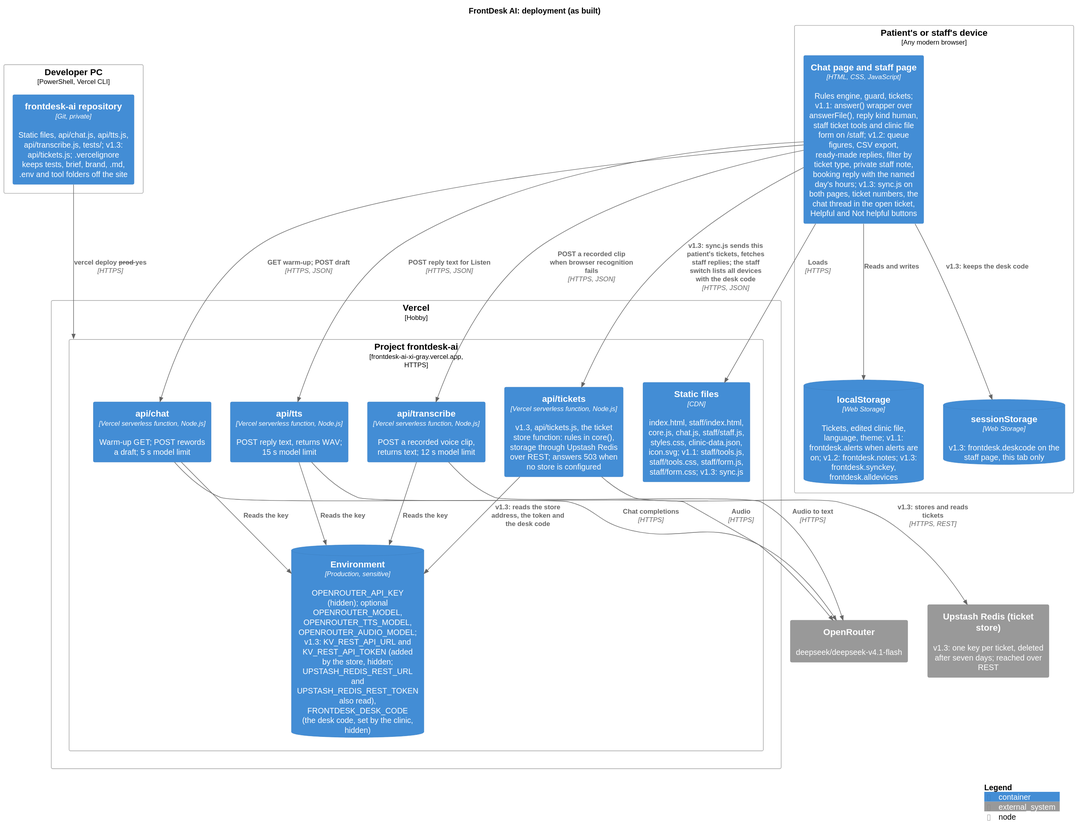
The PlantUML diagram docs/diagrams/deployment.svg in karwasanjay007/frontdesk-ai-docs, before a commit.
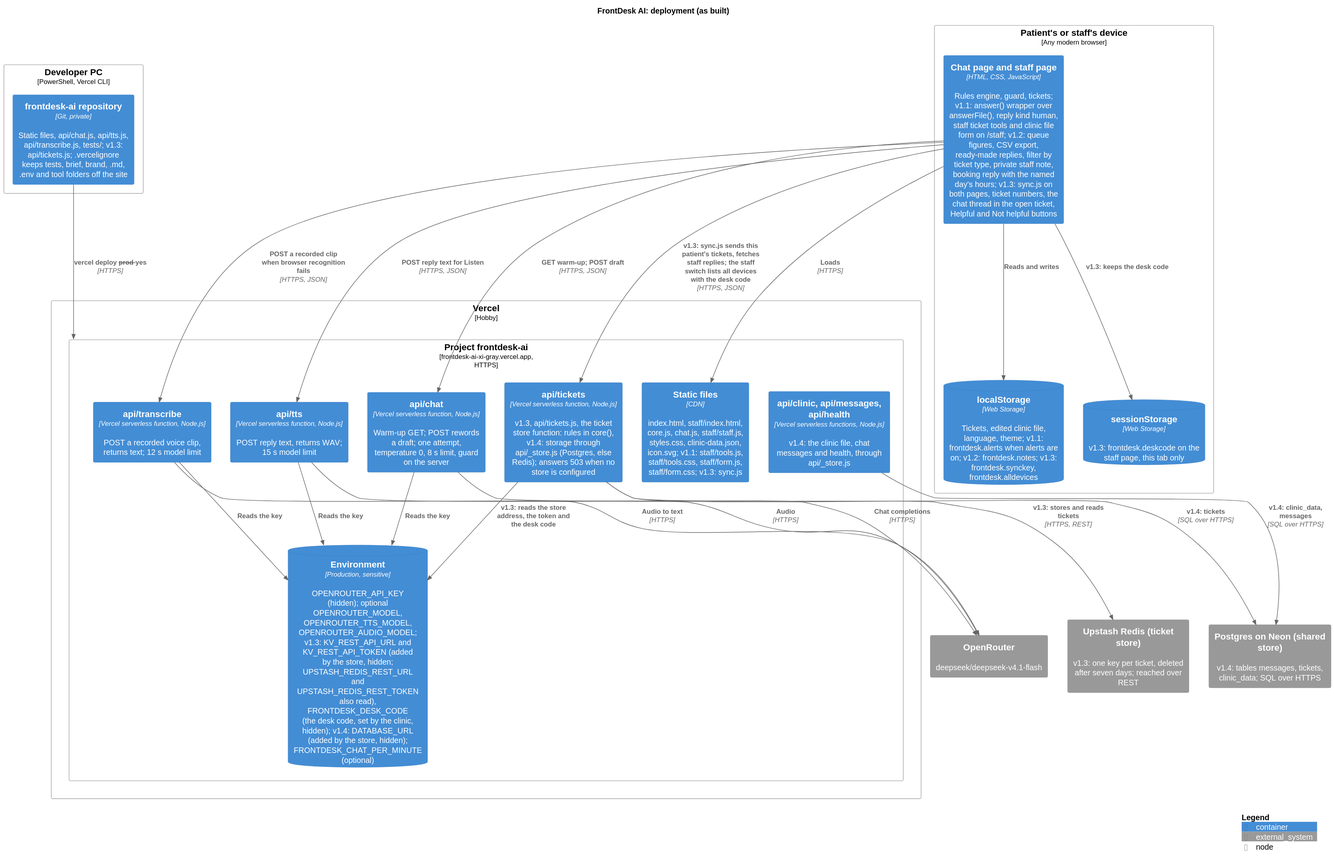
After the commit.

Change to the diagram source:
```diff
@@ -9,11 +9,12 @@
 Deployment_Node(vercel, "Vercel", "Hobby") {
   Deployment_Node(proj, "Project frontdesk-ai", "frontdesk-ai-xi-gray.vercel.app, HTTPS") {
     Container(static, "Static files", "CDN", "index.html, staff/index.html, core.js, chat.js, staff/staff.js, styles.css, clinic-data.json, icon.svg; v1.1: staff/tools.js, staff/tools.css, staff/form.js, staff/form.css; v1.3: sync.js")
-    Container(fn, "api/chat", "Vercel serverless function, Node.js", "Warm-up GET; POST rewords a draft; 5 s model limit")
+    Container(fn, "api/chat", "Vercel serverless function, Node.js", "Warm-up GET; POST rewords a draft; one attempt, temperature 0, 8 s limit, guard on the server")
     Container(tts, "api/tts", "Vercel serverless function, Node.js", "POST reply text, returns WAV; 15 s model limit")
     Container(transcribe, "api/transcribe", "Vercel serverless function, Node.js", "POST a recorded voice clip, returns text; 12 s model limit")
-    Container(ticketsfn, "api/tickets", "Vercel serverless function, Node.js", "v1.3, api/tickets.js, the ticket store function: rules in core(), storage through Upstash Redis over REST; answers 503 when no store is configured")
-    ContainerDb(env, "Environment", "Production, sensitive", "OPENROUTER_API_KEY (hidden); optional OPENROUTER_MODEL, OPENROUTER_TTS_MODEL, OPENROUTER_AUDIO_MODEL; v1.3: KV_REST_API_URL and KV_REST_API_TOKEN (added by the store, hidden; UPSTASH_REDIS_REST_URL and UPSTASH_REDIS_REST_TOKEN also read), FRONTDESK_DESK_CODE (the desk code, set by the clinic, hidden)")
+    Container(ticketsfn, "api/tickets", "Vercel serverless function, Node.js", "v1.3, api/tickets.js, the ticket store function: rules in core(), v1.4: storage through api/_store.js (Postgres, else Redis); answers 503 when no store is configured")
+    Container(clinicfn, "api/clinic, api/messages, api/health", "Vercel serverless functions, Node.js", "v1.4: the clinic file, chat messages and health, through api/_store.js")
+    ContainerDb(env, "Environment", "Production, sensitive", "OPENROUTER_API_KEY (hidden); optional OPENROUTER_MODEL, OPENROUTER_TTS_MODEL, OPENROUTER_AUDIO_MODEL; v1.3: KV_REST_API_URL and KV_REST_API_TOKEN (added by the store, hidden; UPSTASH_REDIS_REST_URL and UPSTASH_REDIS_REST_TOKEN also read), FRONTDESK_DESK_CODE (the desk code, set by the clinic, hidden); v1.4: DATABASE_URL (added by the store, hidden); FRONTDESK_CHAT_PER_MINUTE (optional)")
   }
 }
 
@@ -44,4 +45,7 @@
 Rel(ticketsfn, upstash, "v1.3: stores and reads tickets", "HTTPS, REST")
 
 SHOW_LEGEND()
+System_Ext(neon, "Postgres on Neon (shared store)", "v1.4: tables messages, tickets, clinic_data; SQL over HTTPS")
+Rel(ticketsfn, neon, "v1.4: tickets", "SQL over HTTPS")
+Rel(clinicfn, neon, "v1.4: clinic_data, messages", "SQL over HTTPS")
 @enduml
```
